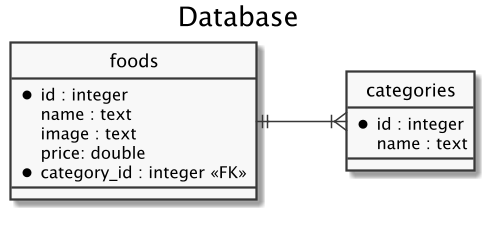
This is src/public/imgs/database-app/database.png from ifpb/lp2, a PlantUML export, as it was before one commit. Its diagram source:
```plantuml
@startuml
title Database
hide circle
scale 1.5
skinparam linetype ortho
skinparam monochrome true
left to right direction

entity "foods" as food {
  *id : integer
  name : text
  image : text
  price: double
  *category_id : integer <<FK>>
}

entity "categories" as category {
  *id : integer
  name : text
}

food ||--|{ category
@enduml
```
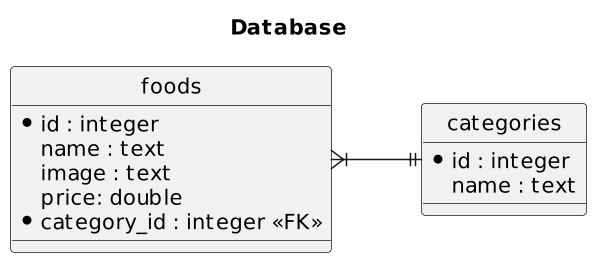
After the commit.

The edit, as a diff of the source:
```diff
@@ -19,5 +19,5 @@
   name : text
 }
 
-food ||--|{ category
+food }|--|| category
 @enduml
```
